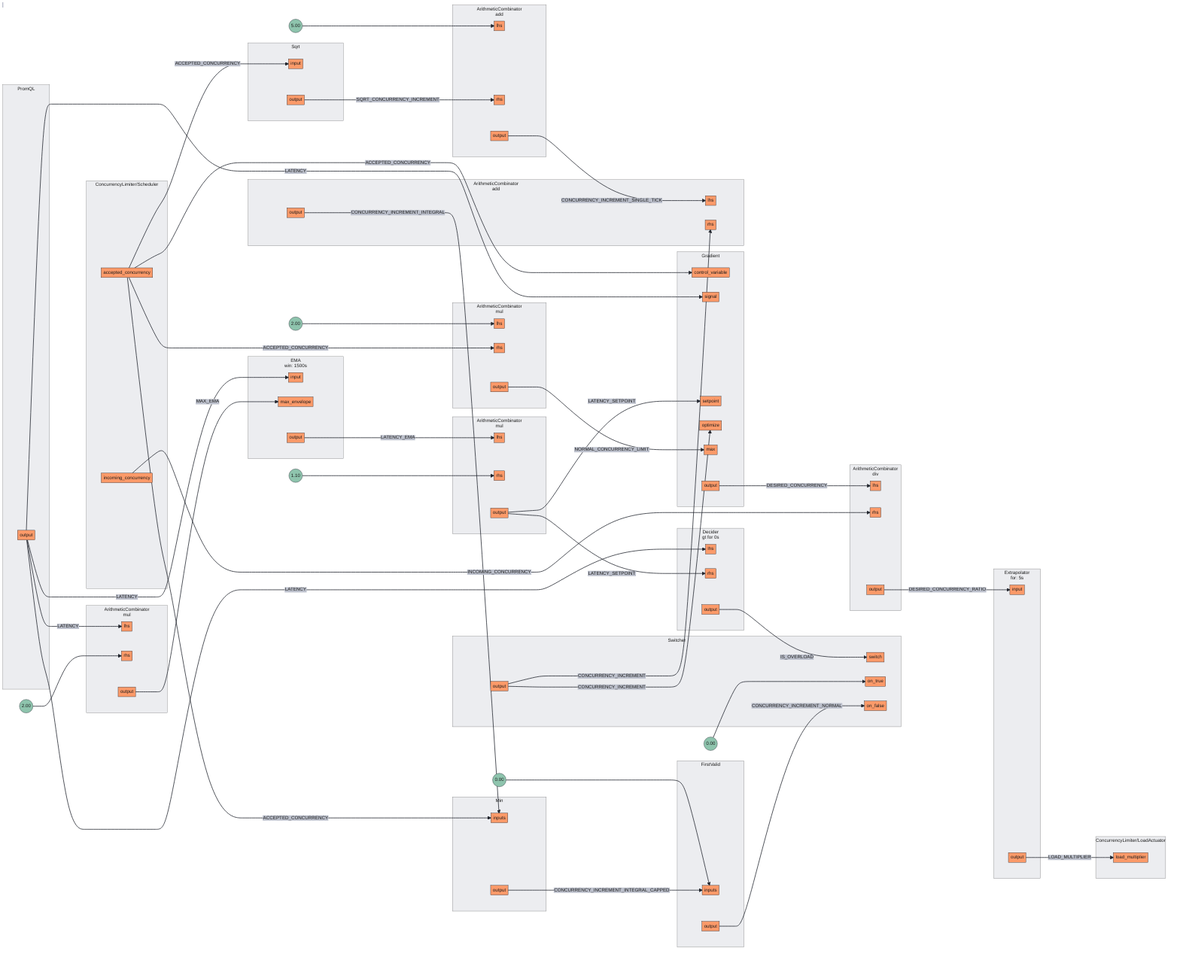
dataongunlaws/aperture keeps this Mermaid diagram as docs/content/tutorials/flow-control/assets/basic-concurrency-limiting/basic-concurrency-limiting.mmd.png. Above is the earlier version. Its source is kept beside it as docs/content/tutorials/flow-control/assets/basic-concurrency-limiting/basic-concurrency-limiting.mmd.
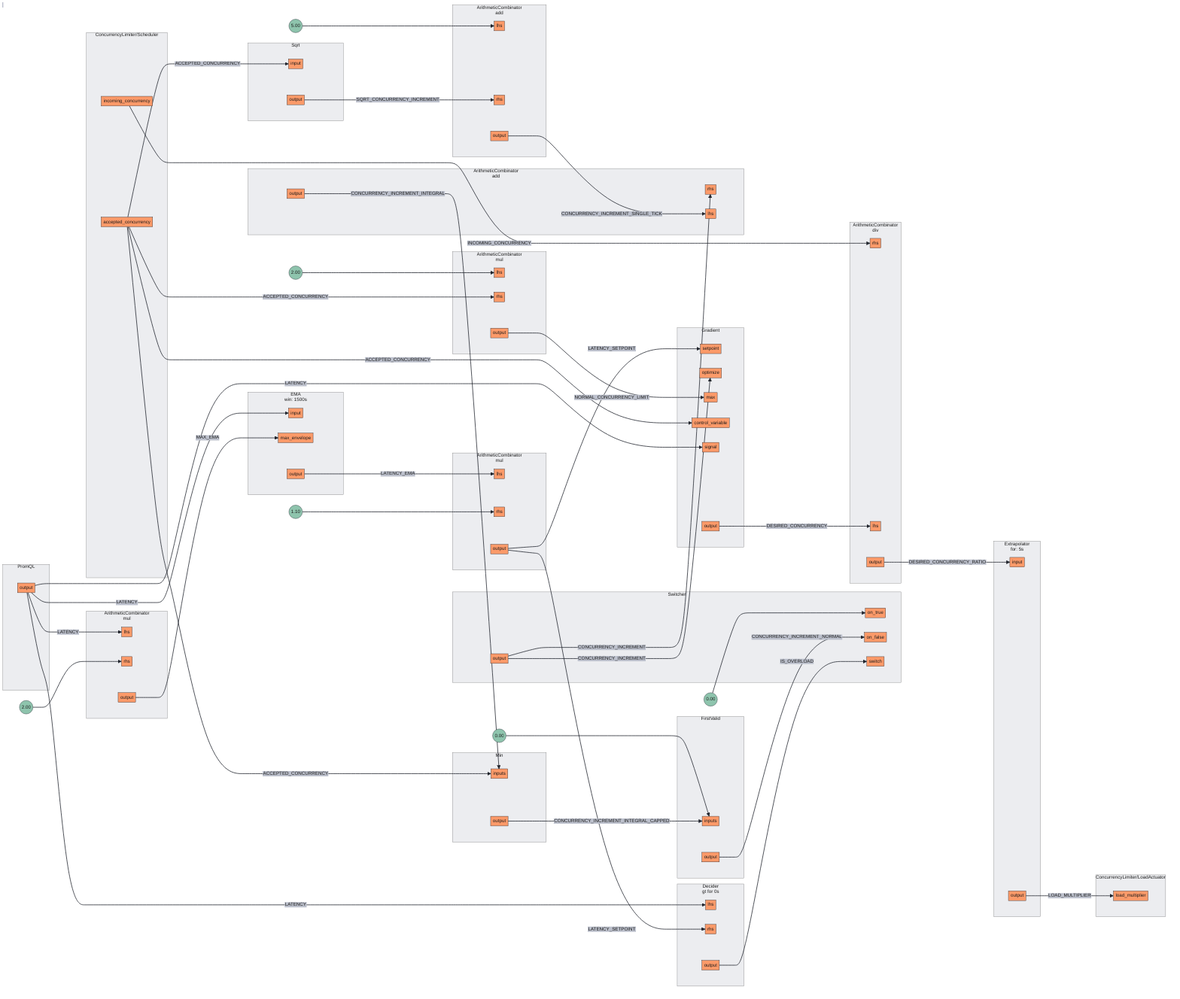
After the commit.

The edit, as a diff of the source:
```diff
@@ -28,8 +28,8 @@
 subgraph 2[<center>ArithmeticCombinator<br/>div</center>]
 subgraph 2_inports[ ]
 style 2_inports fill:none,stroke:none
+2rhs[rhs]
 2lhs[lhs]
-2rhs[rhs]
 end
 subgraph 2_outports[ ]
 style 2_outports fill:none,stroke:none
@@ -65,8 +65,8 @@
 subgraph 5[<center>ArithmeticCombinator<br/>add</center>]
 subgraph 5_inports[ ]
 style 5_inports fill:none,stroke:none
+5rhs[rhs]
 5lhs[lhs]
-5rhs[rhs]
 end
 subgraph 5_outports[ ]
 style 5_outports fill:none,stroke:none
@@ -127,11 +127,11 @@
 subgraph 11[Gradient]
 subgraph 11_inports[ ]
 style 11_inports fill:none,stroke:none
-11control_variable[control_variable]
-11signal[signal]
 11setpoint[setpoint]
 11optimize[optimize]
 11max[max]
+11control_variable[control_variable]
+11signal[signal]
 end
 subgraph 11_outports[ ]
 style 11_outports fill:none,stroke:none
@@ -151,8 +151,8 @@
 subgraph 13.Scheduler[ConcurrencyLimiter/Scheduler]
 subgraph 13.Scheduler_outports[ ]
 style 13.Scheduler_outports fill:none,stroke:none
+13.Schedulerincoming_concurrency[incoming_concurrency]
 13.Scheduleraccepted_concurrency[accepted_concurrency]
-13.Schedulerincoming_concurrency[incoming_concurrency]
 end
 end
 subgraph 13.LoadActuator[ConcurrencyLimiter/LoadActuator]
@@ -164,9 +164,9 @@
 subgraph 15[Switcher]
 subgraph 15_inports[ ]
 style 15_inports fill:none,stroke:none
-15switch[switch]
 15on_true[on_true]
 15on_false[on_false]
+15switch[switch]
 end
 subgraph 15_outports[ ]
 style 15_outports fill:none,stroke:none
@@ -186,28 +186,28 @@
 14output[output]
 end
 end
-3output --> |NORMAL_CONCURRENCY_LIMIT| 11max
+1output --> |LATENCY_SETPOINT| 11setpoint
+1output --> |LATENCY_SETPOINT| 14rhs
+15output --> |CONCURRENCY_INCREMENT| 5rhs
+15output --> |CONCURRENCY_INCREMENT| 11optimize
+8output --> |SQRT_CONCURRENCY_INCREMENT| 4rhs
+13.Schedulerincoming_concurrency --> |INCOMING_CONCURRENCY| 2rhs
+0output --> |MAX_EMA| 10max_envelope
+6output --> |CONCURRENCY_INCREMENT_INTEGRAL_CAPPED| 7inputs
+4output --> |CONCURRENCY_INCREMENT_SINGLE_TICK| 5lhs
+5output --> |CONCURRENCY_INCREMENT_INTEGRAL| 6inputs
 9output --> |LATENCY| 0lhs
 9output --> |LATENCY| 10input
 9output --> |LATENCY| 11signal
 9output --> |LATENCY| 14lhs
-0output --> |MAX_EMA| 10max_envelope
+10output --> |LATENCY_EMA| 1lhs
 11output --> |DESIRED_CONCURRENCY| 2lhs
 14output --> |IS_OVERLOAD| 15switch
-15output --> |CONCURRENCY_INCREMENT| 5rhs
-15output --> |CONCURRENCY_INCREMENT| 11optimize
-4output --> |CONCURRENCY_INCREMENT_SINGLE_TICK| 5lhs
-5output --> |CONCURRENCY_INCREMENT_INTEGRAL| 6inputs
-7output --> |CONCURRENCY_INCREMENT_NORMAL| 15on_false
-10output --> |LATENCY_EMA| 1lhs
-12output --> |LOAD_MULTIPLIER| 13.LoadActuatorload_multiplier
+2output --> |DESIRED_CONCURRENCY_RATIO| 12input
+3output --> |NORMAL_CONCURRENCY_LIMIT| 11max
 13.Scheduleraccepted_concurrency --> |ACCEPTED_CONCURRENCY| 3rhs
 13.Scheduleraccepted_concurrency --> |ACCEPTED_CONCURRENCY| 6inputs
 13.Scheduleraccepted_concurrency --> |ACCEPTED_CONCURRENCY| 8input
 13.Scheduleraccepted_concurrency --> |ACCEPTED_CONCURRENCY| 11control_variable
-1output --> |LATENCY_SETPOINT| 11setpoint
-1output --> |LATENCY_SETPOINT| 14rhs
-2output --> |DESIRED_CONCURRENCY_RATIO| 12input
-6output --> |CONCURRENCY_INCREMENT_INTEGRAL_CAPPED| 7inputs
-8output --> |SQRT_CONCURRENCY_INCREMENT| 4rhs
-13.Schedulerincoming_concurrency --> |INCOMING_CONCURRENCY| 2rhs
+7output --> |CONCURRENCY_INCREMENT_NORMAL| 15on_false
+12output --> |LOAD_MULTIPLIER| 13.LoadActuatorload_multiplier
```
